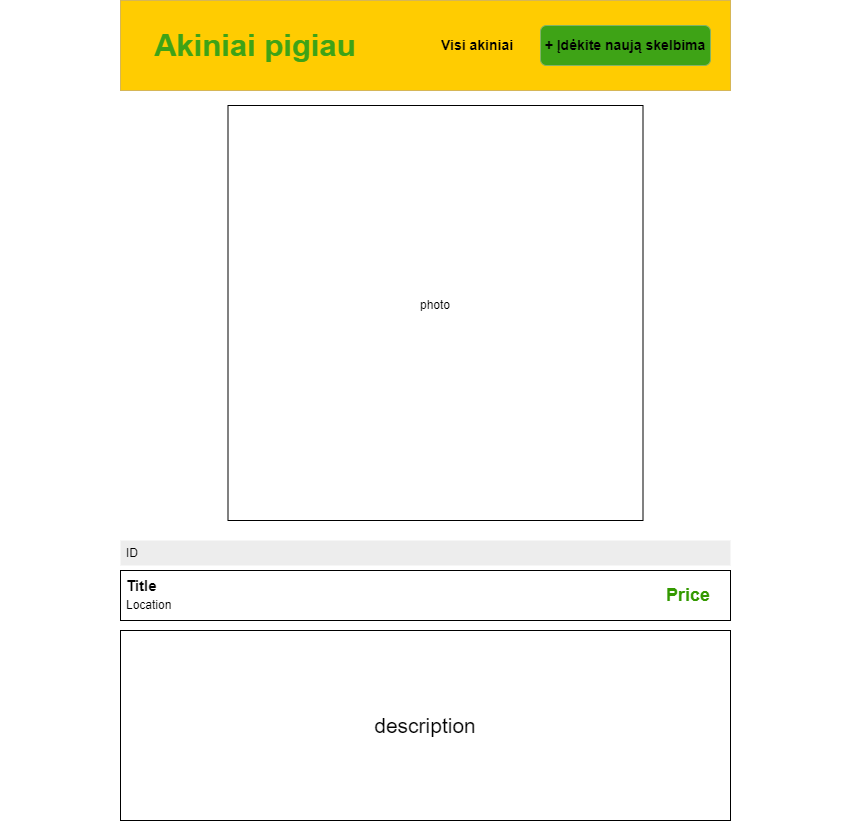
Above: wireframes/index-wireframe.png in pikolas666/type17-javascript-final-work (draw.io), before the change. Source tidied: cells renumbered, new cells last; positions are measured from the earlier drawing's top-left corner, leaving out a move shared by most shapes.
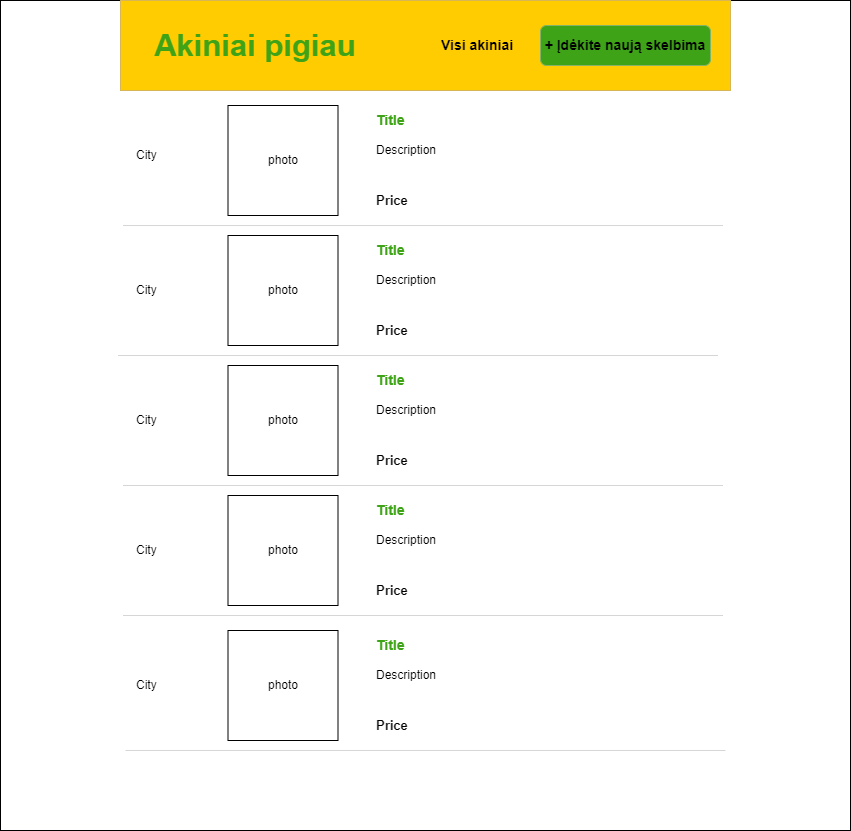
After the commit.

Change to the diagram source:
```diff
@@ -17,8 +17,8 @@
     <mxCell id="6" value="&lt;font style=&quot;font-size: 14px;&quot;&gt;&lt;b&gt;+ Įdėkite naują skelbima&lt;/b&gt;&lt;/font&gt;" style="rounded=1;whiteSpace=wrap;html=1;fillColor=#3ea316;strokeColor=#82b366;" parent="1" vertex="1">
       <mxGeometry x="530" y="55" width="170" height="40" as="geometry" />
     </mxCell>
-    <mxCell id="7" style="rounded=0;whiteSpace=wrap;html=1;labelBackgroundColor=#e6e6e6;dashed=1;dashPattern=1 4;strokeColor=none;" parent="1" vertex="1">
-      <mxGeometry y="5" width="850" height="830" as="geometry" />
+    <mxCell id="7" style="rounded=0;whiteSpace=wrap;html=1;" parent="1" vertex="1">
+      <mxGeometry width="850" height="830" as="geometry" />
     </mxCell>
     <mxCell id="8" style="rounded=0;whiteSpace=wrap;html=1;fillColor=#FFCC01;strokeColor=#d6b656;" parent="1" vertex="1">
       <mxGeometry x="120" width="610" height="90" as="geometry" />
@@ -32,32 +32,125 @@
     <mxCell id="11" value="&lt;font style=&quot;font-size: 14px;&quot;&gt;&lt;b&gt;+ Įdėkite naują skelbima&lt;/b&gt;&lt;/font&gt;" style="rounded=1;whiteSpace=wrap;html=1;fillColor=#3ea316;strokeColor=#82b366;" parent="1" vertex="1">
       <mxGeometry x="540" y="25" width="170" height="40" as="geometry" />
     </mxCell>
+    <mxCell id="21" style="endArrow=none;html=1;rounded=0;verticalAlign=middle;horizontal=0;shadow=0;strokeColor=#D6D6D6;" parent="1" edge="1">
+      <mxGeometry relative="1" as="geometry">
+        <mxPoint x="122.5" y="225" as="sourcePoint" />
+        <mxPoint x="722.5" y="225" as="targetPoint" />
+      </mxGeometry>
+    </mxCell>
+    <mxCell id="22" style="endArrow=none;html=1;rounded=0;verticalAlign=middle;horizontal=0;shadow=0;strokeColor=#D6D6D6;" parent="1" edge="1">
+      <mxGeometry relative="1" as="geometry">
+        <mxPoint x="117.5" y="355" as="sourcePoint" />
+        <mxPoint x="717.5" y="355" as="targetPoint" />
+      </mxGeometry>
+    </mxCell>
+    <mxCell id="23" style="endArrow=none;html=1;rounded=0;verticalAlign=middle;horizontal=0;shadow=0;strokeColor=#D6D6D6;" parent="1" edge="1">
+      <mxGeometry relative="1" as="geometry">
+        <mxPoint x="122.5" y="485" as="sourcePoint" />
+        <mxPoint x="722.5" y="485" as="targetPoint" />
+      </mxGeometry>
+    </mxCell>
+    <mxCell id="24" style="endArrow=none;html=1;rounded=0;verticalAlign=middle;horizontal=0;shadow=0;fillColor=#f5f5f5;strokeColor=#D6D6D6;" parent="1" edge="1">
+      <mxGeometry relative="1" as="geometry">
+        <mxPoint x="122.5" y="615" as="sourcePoint" />
+        <mxPoint x="722.5" y="615" as="targetPoint" />
+      </mxGeometry>
+    </mxCell>
     <mxCell id="12" style="whiteSpace=wrap;html=1;" parent="1" vertex="1">
-      <mxGeometry x="227.5" y="105" width="415" height="415" as="geometry" />
+      <mxGeometry x="227.5" y="105" width="110" height="110" as="geometry" />
     </mxCell>
+    <mxCell id="25" style="whiteSpace=wrap;html=1;" parent="1" vertex="1">
+      <mxGeometry x="227.5" y="235" width="110" height="110" as="geometry" />
+    </mxCell>
+    <mxCell id="26" style="whiteSpace=wrap;html=1;" parent="1" vertex="1">
+      <mxGeometry x="227.5" y="365" width="110" height="110" as="geometry" />
+    </mxCell>
+    <mxCell id="27" style="whiteSpace=wrap;html=1;" parent="1" vertex="1">
+      <mxGeometry x="227.5" y="495" width="110" height="110" as="geometry" />
+    </mxCell>
     <mxCell id="13" value="photo" style="text;strokeColor=none;fillColor=none;align=center;verticalAlign=middle;spacingLeft=4;spacingRight=4;overflow=hidden;whiteSpace=wrap;html=1;" parent="1" vertex="1">
-      <mxGeometry x="395" y="290" width="80" height="30" as="geometry" />
+      <mxGeometry x="242.5" y="145" width="80" height="30" as="geometry" />
     </mxCell>
-    <mxCell id="14" style="rounded=0;whiteSpace=wrap;html=1;fontColor=none;noLabel=1;labelBackgroundColor=#DEDEDE;fillColor=#EDEDED;strokeColor=none;" parent="1" vertex="1">
-      <mxGeometry x="120" y="540" width="610" height="25" as="geometry" />
-    </mxCell>
-    <mxCell id="15" value="ID" style="text;strokeColor=none;fillColor=none;align=left;verticalAlign=middle;spacingLeft=4;spacingRight=4;overflow=hidden;whiteSpace=wrap;html=1;" parent="1" vertex="1">
-      <mxGeometry x="120" y="537.5" width="80" height="30" as="geometry" />
-    </mxCell>
-    <mxCell id="16" value="&lt;font style=&quot;font-size: 21px;&quot;&gt;description&lt;/font&gt;" style="rounded=0;whiteSpace=wrap;html=1;" parent="1" vertex="1">
-      <mxGeometry x="120" y="630" width="610" height="190" as="geometry" />
-    </mxCell>
-    <mxCell id="17" style="rounded=0;whiteSpace=wrap;html=1;" parent="1" vertex="1">
-      <mxGeometry x="120" y="570" width="610" height="50" as="geometry" />
-    </mxCell>
-    <mxCell id="18" value="Title" style="text;strokeColor=none;fillColor=none;align=left;verticalAlign=middle;spacingLeft=4;spacingRight=4;overflow=hidden;whiteSpace=wrap;html=1;fontSize=15;fontStyle=1;" parent="1" vertex="1">
-      <mxGeometry x="120" y="570" width="80" height="30" as="geometry" />
-    </mxCell>
-    <mxCell id="19" value="Location&lt;br&gt;" style="text;strokeColor=none;fillColor=none;align=left;verticalAlign=middle;spacingLeft=4;spacingRight=4;overflow=hidden;whiteSpace=wrap;html=1;" parent="1" vertex="1">
-      <mxGeometry x="120" y="590" width="80" height="30" as="geometry" />
-    </mxCell>
-    <mxCell id="20" value="Price" style="text;strokeColor=none;fillColor=none;align=left;verticalAlign=middle;spacingLeft=4;spacingRight=4;overflow=hidden;whiteSpace=wrap;html=1;fontSize=18;fontStyle=1;fontColor=#339900;" parent="1" vertex="1">
-      <mxGeometry x="660" y="580" width="80" height="30" as="geometry" />
-    </mxCell>
+    <mxCell id="28" value="photo" style="text;strokeColor=none;fillColor=none;align=center;verticalAlign=middle;spacingLeft=4;spacingRight=4;overflow=hidden;whiteSpace=wrap;html=1;" parent="1" vertex="1">
+      <mxGeometry x="242.5" y="275" width="80" height="30" as="geometry" />
+    </mxCell>
+    <mxCell id="29" value="photo" style="text;strokeColor=none;fillColor=none;align=center;verticalAlign=middle;spacingLeft=4;spacingRight=4;overflow=hidden;whiteSpace=wrap;html=1;" parent="1" vertex="1">
+      <mxGeometry x="242.5" y="405" width="80" height="30" as="geometry" />
+    </mxCell>
+    <mxCell id="30" value="photo" style="text;strokeColor=none;fillColor=none;align=center;verticalAlign=middle;spacingLeft=4;spacingRight=4;overflow=hidden;whiteSpace=wrap;html=1;" parent="1" vertex="1">
+      <mxGeometry x="242.5" y="535" width="80" height="30" as="geometry" />
+    </mxCell>
+    <mxCell id="31" style="whiteSpace=wrap;html=1;" parent="1" vertex="1">
+      <mxGeometry x="227.5" y="630" width="110" height="110" as="geometry" />
+    </mxCell>
+    <mxCell id="32" value="photo" style="text;strokeColor=none;fillColor=none;align=center;verticalAlign=middle;spacingLeft=4;spacingRight=4;overflow=hidden;whiteSpace=wrap;html=1;" parent="1" vertex="1">
+      <mxGeometry x="242.5" y="670" width="80" height="30" as="geometry" />
+    </mxCell>
+    <mxCell id="33" style="endArrow=none;html=1;rounded=0;verticalAlign=middle;horizontal=0;shadow=0;fillColor=#f5f5f5;strokeColor=#D6D6D6;" parent="1" edge="1">
+      <mxGeometry relative="1" as="geometry">
+        <mxPoint x="125" y="750" as="sourcePoint" />
+        <mxPoint x="725" y="750" as="targetPoint" />
+      </mxGeometry>
+    </mxCell>
+    <mxCell id="34" value="City" style="text;strokeColor=none;fillColor=none;align=left;verticalAlign=middle;spacingLeft=4;spacingRight=4;overflow=hidden;whiteSpace=wrap;html=1;" parent="1" vertex="1">
+      <mxGeometry x="130" y="140" width="80" height="30" as="geometry" />
+    </mxCell>
+    <mxCell id="35" value="City" style="text;strokeColor=none;fillColor=none;align=left;verticalAlign=middle;spacingLeft=4;spacingRight=4;overflow=hidden;whiteSpace=wrap;html=1;" parent="1" vertex="1">
+      <mxGeometry x="130" y="275" width="80" height="30" as="geometry" />
+    </mxCell>
+    <mxCell id="36" value="City" style="text;strokeColor=none;fillColor=none;align=left;verticalAlign=middle;spacingLeft=4;spacingRight=4;overflow=hidden;whiteSpace=wrap;html=1;" parent="1" vertex="1">
+      <mxGeometry x="130" y="405" width="80" height="30" as="geometry" />
+    </mxCell>
+    <mxCell id="37" value="City" style="text;strokeColor=none;fillColor=none;align=left;verticalAlign=middle;spacingLeft=4;spacingRight=4;overflow=hidden;whiteSpace=wrap;html=1;" parent="1" vertex="1">
+      <mxGeometry x="130" y="535" width="80" height="30" as="geometry" />
+    </mxCell>
+    <mxCell id="38" value="City" style="text;strokeColor=none;fillColor=none;align=left;verticalAlign=middle;spacingLeft=4;spacingRight=4;overflow=hidden;whiteSpace=wrap;html=1;" parent="1" vertex="1">
+      <mxGeometry x="130" y="670" width="80" height="30" as="geometry" />
+    </mxCell>
+    <mxCell id="39" value="&lt;font size=&quot;1&quot; color=&quot;#3ea316&quot;&gt;&lt;b style=&quot;font-size: 14px;&quot;&gt;Title&lt;/b&gt;&lt;/font&gt;" style="text;strokeColor=none;fillColor=none;align=left;verticalAlign=middle;spacingLeft=4;spacingRight=4;overflow=hidden;whiteSpace=wrap;html=1;" parent="1" vertex="1">
+      <mxGeometry x="370" y="105" width="80" height="30" as="geometry" />
+    </mxCell>
+    <mxCell id="40" value="Description" style="text;strokeColor=none;fillColor=none;align=left;verticalAlign=middle;spacingLeft=4;spacingRight=4;overflow=hidden;whiteSpace=wrap;html=1;" parent="1" vertex="1">
+      <mxGeometry x="370" y="135" width="80" height="30" as="geometry" />
+    </mxCell>
+    <mxCell id="41" value="&lt;b&gt;&lt;font style=&quot;font-size: 13px;&quot;&gt;Price&lt;/font&gt;&lt;/b&gt;" style="text;strokeColor=none;fillColor=none;align=left;verticalAlign=middle;spacingLeft=4;spacingRight=4;overflow=hidden;whiteSpace=wrap;html=1;" parent="1" vertex="1">
+      <mxGeometry x="370" y="185" width="80" height="30" as="geometry" />
+    </mxCell>
+    <mxCell id="42" value="&lt;font size=&quot;1&quot; color=&quot;#3ea316&quot;&gt;&lt;b style=&quot;font-size: 14px;&quot;&gt;Title&lt;/b&gt;&lt;/font&gt;" style="text;strokeColor=none;fillColor=none;align=left;verticalAlign=middle;spacingLeft=4;spacingRight=4;overflow=hidden;whiteSpace=wrap;html=1;" parent="1" vertex="1">
+      <mxGeometry x="370" y="235" width="80" height="30" as="geometry" />
+    </mxCell>
+    <mxCell id="43" value="Description" style="text;strokeColor=none;fillColor=none;align=left;verticalAlign=middle;spacingLeft=4;spacingRight=4;overflow=hidden;whiteSpace=wrap;html=1;" parent="1" vertex="1">
+      <mxGeometry x="370" y="265" width="80" height="30" as="geometry" />
+    </mxCell>
+    <mxCell id="44" value="&lt;b&gt;&lt;font style=&quot;font-size: 13px;&quot;&gt;Price&lt;/font&gt;&lt;/b&gt;" style="text;strokeColor=none;fillColor=none;align=left;verticalAlign=middle;spacingLeft=4;spacingRight=4;overflow=hidden;whiteSpace=wrap;html=1;" parent="1" vertex="1">
+      <mxGeometry x="370" y="315" width="80" height="30" as="geometry" />
+    </mxCell>
+    <mxCell id="45" value="&lt;font size=&quot;1&quot; color=&quot;#3ea316&quot;&gt;&lt;b style=&quot;font-size: 14px;&quot;&gt;Title&lt;/b&gt;&lt;/font&gt;" style="text;strokeColor=none;fillColor=none;align=left;verticalAlign=middle;spacingLeft=4;spacingRight=4;overflow=hidden;whiteSpace=wrap;html=1;" parent="1" vertex="1">
+      <mxGeometry x="370" y="365" width="80" height="30" as="geometry" />
+    </mxCell>
+    <mxCell id="46" value="Description" style="text;strokeColor=none;fillColor=none;align=left;verticalAlign=middle;spacingLeft=4;spacingRight=4;overflow=hidden;whiteSpace=wrap;html=1;" parent="1" vertex="1">
+      <mxGeometry x="370" y="395" width="80" height="30" as="geometry" />
+    </mxCell>
+    <mxCell id="47" value="&lt;b&gt;&lt;font style=&quot;font-size: 13px;&quot;&gt;Price&lt;/font&gt;&lt;/b&gt;" style="text;strokeColor=none;fillColor=none;align=left;verticalAlign=middle;spacingLeft=4;spacingRight=4;overflow=hidden;whiteSpace=wrap;html=1;" parent="1" vertex="1">
+      <mxGeometry x="370" y="445" width="80" height="30" as="geometry" />
+    </mxCell>
+    <mxCell id="48" value="&lt;font size=&quot;1&quot; color=&quot;#3ea316&quot;&gt;&lt;b style=&quot;font-size: 14px;&quot;&gt;Title&lt;/b&gt;&lt;/font&gt;" style="text;strokeColor=none;fillColor=none;align=left;verticalAlign=middle;spacingLeft=4;spacingRight=4;overflow=hidden;whiteSpace=wrap;html=1;" parent="1" vertex="1">
+      <mxGeometry x="370" y="495" width="80" height="30" as="geometry" />
+    </mxCell>
+    <mxCell id="49" value="Description" style="text;strokeColor=none;fillColor=none;align=left;verticalAlign=middle;spacingLeft=4;spacingRight=4;overflow=hidden;whiteSpace=wrap;html=1;" parent="1" vertex="1">
+      <mxGeometry x="370" y="525" width="80" height="30" as="geometry" />
+    </mxCell>
+    <mxCell id="50" value="&lt;b&gt;&lt;font style=&quot;font-size: 13px;&quot;&gt;Price&lt;/font&gt;&lt;/b&gt;" style="text;strokeColor=none;fillColor=none;align=left;verticalAlign=middle;spacingLeft=4;spacingRight=4;overflow=hidden;whiteSpace=wrap;html=1;" parent="1" vertex="1">
+      <mxGeometry x="370" y="575" width="80" height="30" as="geometry" />
+    </mxCell>
+    <mxCell id="51" value="&lt;font size=&quot;1&quot; color=&quot;#3ea316&quot;&gt;&lt;b style=&quot;font-size: 14px;&quot;&gt;Title&lt;/b&gt;&lt;/font&gt;" style="text;strokeColor=none;fillColor=none;align=left;verticalAlign=middle;spacingLeft=4;spacingRight=4;overflow=hidden;whiteSpace=wrap;html=1;" parent="1" vertex="1">
+      <mxGeometry x="370" y="630" width="80" height="30" as="geometry" />
+    </mxCell>
+    <mxCell id="52" value="Description" style="text;strokeColor=none;fillColor=none;align=left;verticalAlign=middle;spacingLeft=4;spacingRight=4;overflow=hidden;whiteSpace=wrap;html=1;" parent="1" vertex="1">
+      <mxGeometry x="370" y="660" width="80" height="30" as="geometry" />
+    </mxCell>
+    <mxCell id="53" value="&lt;b&gt;&lt;font style=&quot;font-size: 13px;&quot;&gt;Price&lt;/font&gt;&lt;/b&gt;" style="text;strokeColor=none;fillColor=none;align=left;verticalAlign=middle;spacingLeft=4;spacingRight=4;overflow=hidden;whiteSpace=wrap;html=1;" parent="1" vertex="1">
+      <mxGeometry x="370" y="710" width="80" height="30" as="geometry" />
+    </mxCell>
   </root>
 </mxGraphModel>
```
